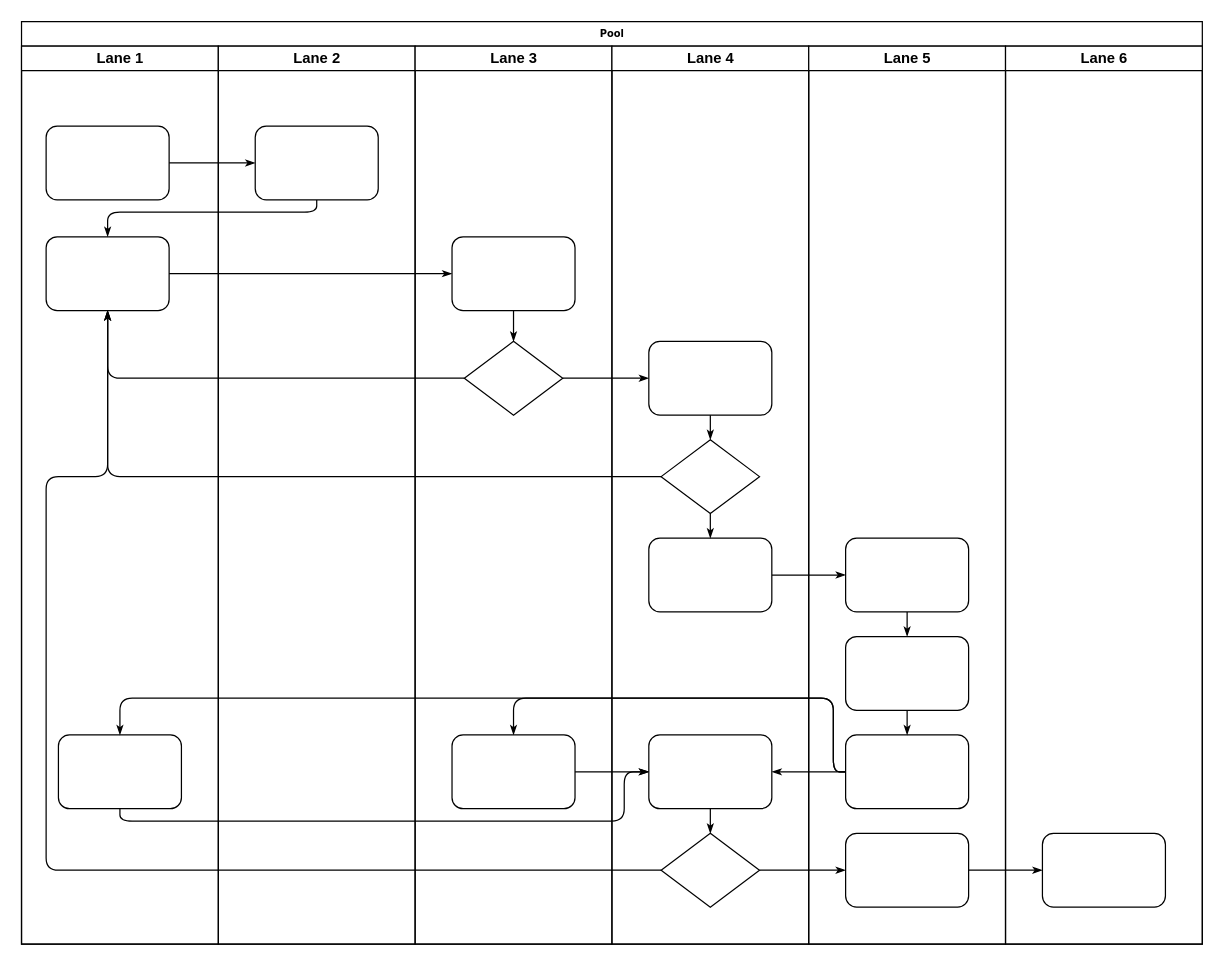
The draw.io diagram 未命名绘图.drawio in padresvater/notebook, before the edit. Source tidied: cells renumbered, new cells numbered last; positions are measured from the earlier drawing's top-left corner, leaving out a move shared by most shapes. Both pictures are drawn from the tidied source at 123%, with x=0, y=0 at pixel (21, 21).
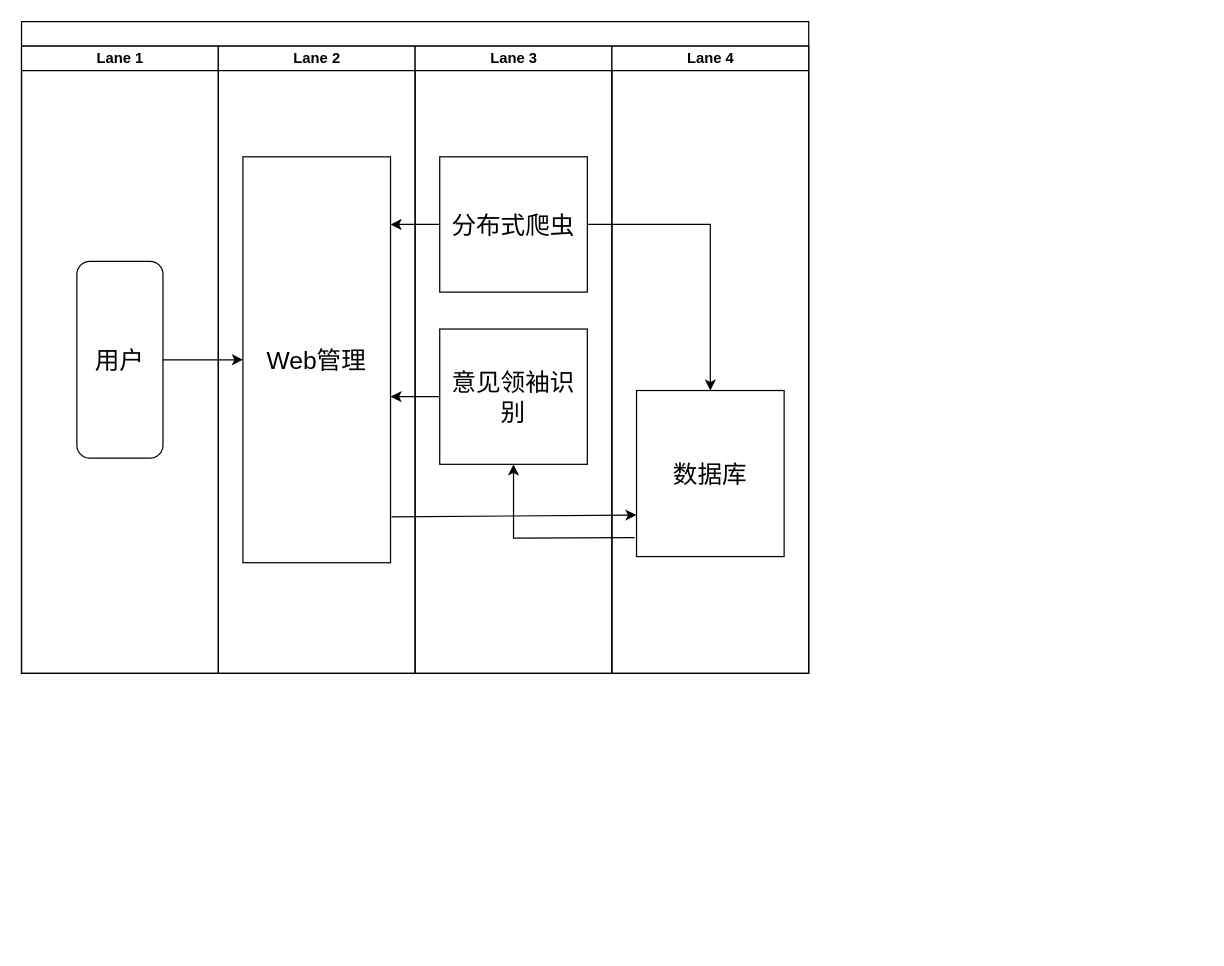
The same page after the edit.

Commit message:
更新未命名绘图.drawio

Change to the diagram source:
```diff
@@
-    <mxCell id="2" value="Pool" style="swimlane;html=1;startSize=20;rounded=0;shadow=0;labelBackgroundColor=none;strokeWidth=1;fontFamily=Verdana;fontSize=8;align=center;" parent="1" vertex="1">
-      <mxGeometry width="960" height="750" as="geometry" />
+    <mxCell id="2" style="swimlane;html=1;startSize=20;rounded=0;shadow=0;labelBackgroundColor=none;strokeWidth=1;fontFamily=Verdana;fontSize=8;align=center;" parent="1" vertex="1">
+      <mxGeometry width="640" height="530" as="geometry" />
     </mxCell>
     <mxCell id="3" value="Lane 1" style="swimlane;html=1;startSize=20;" parent="2" vertex="1">
-      <mxGeometry y="20" width="160" height="730" as="geometry" />
+      <mxGeometry y="20" width="160" height="510" as="geometry" />
     </mxCell>
-    <mxCell id="4" style="rounded=1;whiteSpace=wrap;html=1;shadow=0;labelBackgroundColor=none;strokeWidth=1;fontFamily=Verdana;fontSize=8;align=center;" parent="3" vertex="1">
-      <mxGeometry x="20" y="65" width="100" height="60" as="geometry" />
-    </mxCell>
-    <mxCell id="5" style="rounded=1;whiteSpace=wrap;html=1;shadow=0;labelBackgroundColor=none;strokeWidth=1;fontFamily=Verdana;fontSize=8;align=center;" parent="3" vertex="1">
-      <mxGeometry x="20" y="155" width="100" height="60" as="geometry" />
-    </mxCell>
-    <mxCell id="6" style="rounded=1;whiteSpace=wrap;html=1;shadow=0;labelBackgroundColor=none;strokeWidth=1;fontFamily=Verdana;fontSize=8;align=center;" parent="3" vertex="1">
-      <mxGeometry x="30" y="560" width="100" height="60" as="geometry" />
-    </mxCell>
-    <mxCell id="7" style="edgeStyle=orthogonalEdgeStyle;rounded=1;html=1;labelBackgroundColor=none;startArrow=none;startFill=0;startSize=5;endArrow=classicThin;endFill=1;endSize=5;jettySize=auto;strokeWidth=1;fontFamily=Verdana;fontSize=8;" parent="2" edge="1" source="4" target="23">
-      <mxGeometry relative="1" as="geometry" />
-    </mxCell>
-    <mxCell id="8" style="edgeStyle=orthogonalEdgeStyle;rounded=1;html=1;labelBackgroundColor=none;startArrow=none;startFill=0;startSize=5;endArrow=classicThin;endFill=1;endSize=5;jettySize=auto;strokeWidth=1;fontFamily=Verdana;fontSize=8;" parent="2" edge="1" source="23" target="5">
-      <mxGeometry relative="1" as="geometry">
-        <Array as="points">
-          <mxPoint x="240" y="155" />
-          <mxPoint x="70" y="155" />
-        </Array>
-      </mxGeometry>
-    </mxCell>
-    <mxCell id="9" style="edgeStyle=orthogonalEdgeStyle;rounded=1;html=1;labelBackgroundColor=none;startArrow=none;startFill=0;startSize=5;endArrow=classicThin;endFill=1;endSize=5;jettySize=auto;strokeWidth=1;fontFamily=Verdana;fontSize=8;" parent="2" edge="1" source="5" target="25">
-      <mxGeometry relative="1" as="geometry" />
-    </mxCell>
-    <mxCell id="10" style="edgeStyle=orthogonalEdgeStyle;rounded=1;html=1;labelBackgroundColor=none;startArrow=none;startFill=0;startSize=5;endArrow=classicThin;endFill=1;endSize=5;jettySize=auto;strokeWidth=1;fontFamily=Verdana;fontSize=8;" parent="2" edge="1" source="26" target="5">
-      <mxGeometry relative="1" as="geometry" />
-    </mxCell>
-    <mxCell id="11" style="edgeStyle=orthogonalEdgeStyle;rounded=1;html=1;labelBackgroundColor=none;startArrow=none;startFill=0;startSize=5;endArrow=classicThin;endFill=1;endSize=5;jettySize=auto;strokeWidth=1;fontFamily=Verdana;fontSize=8;" parent="2" edge="1" source="31" target="5">
-      <mxGeometry relative="1" as="geometry" />
-    </mxCell>
-    <mxCell id="12" style="edgeStyle=orthogonalEdgeStyle;rounded=1;html=1;labelBackgroundColor=none;startArrow=none;startFill=0;startSize=5;endArrow=classicThin;endFill=1;endSize=5;jettySize=auto;strokeWidth=1;fontFamily=Verdana;fontSize=8;" parent="2" edge="1" source="34" target="5">
-      <mxGeometry relative="1" as="geometry">
-        <Array as="points">
-          <mxPoint x="20" y="690" />
-          <mxPoint x="20" y="370" />
-          <mxPoint x="70" y="370" />
-        </Array>
-      </mxGeometry>
-    </mxCell>
-    <mxCell id="13" style="edgeStyle=orthogonalEdgeStyle;rounded=1;html=1;labelBackgroundColor=none;startArrow=none;startFill=0;startSize=5;endArrow=classicThin;endFill=1;endSize=5;jettySize=auto;strokeWidth=1;fontFamily=Verdana;fontSize=8;" parent="2" edge="1" source="26" target="30">
-      <mxGeometry relative="1" as="geometry" />
-    </mxCell>
-    <mxCell id="14" style="edgeStyle=orthogonalEdgeStyle;rounded=1;html=1;labelBackgroundColor=none;startArrow=none;startFill=0;startSize=5;endArrow=classicThin;endFill=1;endSize=5;jettySize=auto;strokeWidth=1;fontFamily=Verdana;fontSize=8;" parent="2" edge="1" source="34" target="42">
-      <mxGeometry relative="1" as="geometry" />
-    </mxCell>
-    <mxCell id="15" style="edgeStyle=orthogonalEdgeStyle;rounded=1;html=1;labelBackgroundColor=none;startArrow=none;startFill=0;startSize=5;endArrow=classicThin;endFill=1;endSize=5;jettySize=auto;strokeWidth=1;fontFamily=Verdana;fontSize=8;" parent="2" edge="1" source="42" target="46">
-      <mxGeometry relative="1" as="geometry" />
-    </mxCell>
-    <mxCell id="16" style="edgeStyle=orthogonalEdgeStyle;rounded=1;html=1;labelBackgroundColor=none;startArrow=none;startFill=0;startSize=5;endArrow=classicThin;endFill=1;endSize=5;jettySize=auto;strokeWidth=1;fontFamily=Verdana;fontSize=8;" parent="2" edge="1" source="32" target="39">
-      <mxGeometry relative="1" as="geometry" />
-    </mxCell>
-    <mxCell id="17" style="edgeStyle=orthogonalEdgeStyle;rounded=1;html=1;labelBackgroundColor=none;startArrow=none;startFill=0;startSize=5;endArrow=classicThin;endFill=1;endSize=5;jettySize=auto;strokeWidth=1;fontFamily=Verdana;fontSize=8;" parent="2" edge="1" source="41" target="27">
-      <mxGeometry relative="1" as="geometry">
-        <Array as="points">
-          <mxPoint x="660" y="610" />
-          <mxPoint x="660" y="550" />
-          <mxPoint x="400" y="550" />
-        </Array>
-      </mxGeometry>
-    </mxCell>
-    <mxCell id="18" style="edgeStyle=orthogonalEdgeStyle;rounded=1;html=1;labelBackgroundColor=none;startArrow=none;startFill=0;startSize=5;endArrow=classicThin;endFill=1;endSize=5;jettySize=auto;strokeColor=#000000;strokeWidth=1;fontFamily=Verdana;fontSize=8;fontColor=#000000;" parent="2" edge="1" source="41" target="33">
-      <mxGeometry relative="1" as="geometry" />
-    </mxCell>
-    <mxCell id="19" style="edgeStyle=orthogonalEdgeStyle;rounded=1;html=1;labelBackgroundColor=none;startArrow=none;startFill=0;startSize=5;endArrow=classicThin;endFill=1;endSize=5;jettySize=auto;strokeWidth=1;fontFamily=Verdana;fontSize=8;" parent="2" edge="1" source="41" target="6">
-      <mxGeometry relative="1" as="geometry">
-        <Array as="points">
-          <mxPoint x="660" y="610" />
-          <mxPoint x="660" y="550" />
-          <mxPoint x="80" y="550" />
-        </Array>
-      </mxGeometry>
-    </mxCell>
-    <mxCell id="20" style="edgeStyle=orthogonalEdgeStyle;rounded=1;html=1;labelBackgroundColor=none;startArrow=none;startFill=0;startSize=5;endArrow=classicThin;endFill=1;endSize=5;jettySize=auto;strokeWidth=1;fontFamily=Verdana;fontSize=8;" parent="2" edge="1" source="6" target="33">
-      <mxGeometry relative="1" as="geometry">
-        <Array as="points">
-          <mxPoint x="80" y="650" />
-          <mxPoint x="490" y="650" />
-          <mxPoint x="490" y="610" />
-        </Array>
-      </mxGeometry>
-    </mxCell>
-    <mxCell id="21" style="edgeStyle=orthogonalEdgeStyle;rounded=1;html=1;labelBackgroundColor=none;startArrow=none;startFill=0;startSize=5;endArrow=classicThin;endFill=1;endSize=5;jettySize=auto;strokeWidth=1;fontFamily=Verdana;fontSize=8;" parent="2" edge="1" source="27" target="33">
-      <mxGeometry relative="1" as="geometry" />
-    </mxCell>
+    <mxCell id="47" value="&lt;font style=&quot;font-size: 20px;&quot;&gt;用户&lt;/font&gt;" style="rounded=1;whiteSpace=wrap;html=1;" parent="3" vertex="1">
+      <mxGeometry x="45" y="175" width="70" height="160" as="geometry" />
+    </mxCell>
     <mxCell id="22" value="Lane 2" style="swimlane;html=1;startSize=20;" parent="2" vertex="1">
-      <mxGeometry x="160" y="20" width="160" height="730" as="geometry" />
+      <mxGeometry x="160" y="20" width="160" height="510" as="geometry" />
     </mxCell>
-    <mxCell id="23" style="rounded=1;whiteSpace=wrap;html=1;shadow=0;labelBackgroundColor=none;strokeWidth=1;fontFamily=Verdana;fontSize=8;align=center;" parent="22" vertex="1">
-      <mxGeometry x="30" y="65" width="100" height="60" as="geometry" />
-    </mxCell>
+    <mxCell id="48" value="&lt;font style=&quot;font-size: 20px;&quot;&gt;Web管理&lt;/font&gt;" style="rounded=0;whiteSpace=wrap;html=1;" parent="22" vertex="1">
+      <mxGeometry x="20" y="90" width="120" height="330" as="geometry" />
+    </mxCell>
     <mxCell id="24" value="Lane 3" style="swimlane;html=1;startSize=20;" parent="2" vertex="1">
-      <mxGeometry x="320" y="20" width="160" height="730" as="geometry" />
+      <mxGeometry x="320" y="20" width="160" height="510" as="geometry" />
     </mxCell>
-    <mxCell id="25" style="rounded=1;whiteSpace=wrap;html=1;shadow=0;labelBackgroundColor=none;strokeWidth=1;fontFamily=Verdana;fontSize=8;align=center;" parent="24" vertex="1">
-      <mxGeometry x="30" y="155" width="100" height="60" as="geometry" />
-    </mxCell>
-    <mxCell id="26" style="rhombus;whiteSpace=wrap;html=1;rounded=0;shadow=0;labelBackgroundColor=none;strokeWidth=1;fontFamily=Verdana;fontSize=8;align=center;" parent="24" vertex="1">
-      <mxGeometry x="40" y="240" width="80" height="60" as="geometry" />
-    </mxCell>
-    <mxCell id="27" style="rounded=1;whiteSpace=wrap;html=1;shadow=0;labelBackgroundColor=none;strokeWidth=1;fontFamily=Verdana;fontSize=8;align=center;" parent="24" vertex="1">
-      <mxGeometry x="30" y="560" width="100" height="60" as="geometry" />
-    </mxCell>
-    <mxCell id="28" style="edgeStyle=orthogonalEdgeStyle;rounded=1;html=1;labelBackgroundColor=none;startArrow=none;startFill=0;startSize=5;endArrow=classicThin;endFill=1;endSize=5;jettySize=auto;strokeWidth=1;fontFamily=Verdana;fontSize=8;" parent="24" edge="1" source="25" target="26">
-      <mxGeometry relative="1" as="geometry" />
-    </mxCell>
+    <mxCell id="49" value="&lt;font style=&quot;font-size: 20px;&quot;&gt;分布式爬虫&lt;/font&gt;" style="rounded=0;whiteSpace=wrap;html=1;" parent="24" vertex="1">
+      <mxGeometry x="20" y="90" width="120" height="110" as="geometry" />
+    </mxCell>
+    <mxCell id="50" value="&lt;font style=&quot;font-size: 20px;&quot;&gt;意见领袖识别&lt;/font&gt;" style="rounded=0;whiteSpace=wrap;html=1;" parent="24" vertex="1">
+      <mxGeometry x="20" y="230" width="120" height="110" as="geometry" />
+    </mxCell>
     <mxCell id="29" value="Lane 4" style="swimlane;html=1;startSize=20;" parent="2" vertex="1">
-      <mxGeometry x="480" y="20" width="160" height="730" as="geometry" />
+      <mxGeometry x="480" y="20" width="160" height="510" as="geometry" />
     </mxCell>
-    <mxCell id="30" style="rounded=1;whiteSpace=wrap;html=1;shadow=0;labelBackgroundColor=none;strokeWidth=1;fontFamily=Verdana;fontSize=8;align=center;" parent="29" vertex="1">
-      <mxGeometry x="30" y="240" width="100" height="60" as="geometry" />
-    </mxCell>
-    <mxCell id="31" style="rhombus;whiteSpace=wrap;html=1;rounded=0;shadow=0;labelBackgroundColor=none;strokeWidth=1;fontFamily=Verdana;fontSize=8;align=center;" parent="29" vertex="1">
-      <mxGeometry x="40" y="320" width="80" height="60" as="geometry" />
-    </mxCell>
-    <mxCell id="32" style="rounded=1;whiteSpace=wrap;html=1;shadow=0;labelBackgroundColor=none;strokeWidth=1;fontFamily=Verdana;fontSize=8;align=center;" parent="29" vertex="1">
-      <mxGeometry x="30" y="400" width="100" height="60" as="geometry" />
-    </mxCell>
-    <mxCell id="33" style="rounded=1;whiteSpace=wrap;html=1;shadow=0;labelBackgroundColor=none;strokeWidth=1;fontFamily=Verdana;fontSize=8;align=center;" parent="29" vertex="1">
-      <mxGeometry x="30" y="560" width="100" height="60" as="geometry" />
-    </mxCell>
-    <mxCell id="34" style="rhombus;whiteSpace=wrap;html=1;rounded=0;shadow=0;labelBackgroundColor=none;strokeWidth=1;fontFamily=Verdana;fontSize=8;align=center;" parent="29" vertex="1">
-      <mxGeometry x="40" y="640" width="80" height="60" as="geometry" />
-    </mxCell>
-    <mxCell id="35" style="edgeStyle=orthogonalEdgeStyle;rounded=1;html=1;labelBackgroundColor=none;startArrow=none;startFill=0;startSize=5;endArrow=classicThin;endFill=1;endSize=5;jettySize=auto;strokeColor=#000000;strokeWidth=1;fontFamily=Verdana;fontSize=8;fontColor=#000000;" parent="29" edge="1" source="30" target="31">
-      <mxGeometry relative="1" as="geometry" />
-    </mxCell>
-    <mxCell id="36" style="edgeStyle=orthogonalEdgeStyle;rounded=1;html=1;labelBackgroundColor=none;startArrow=none;startFill=0;startSize=5;endArrow=classicThin;endFill=1;endSize=5;jettySize=auto;strokeWidth=1;fontFamily=Verdana;fontSize=8;" parent="29" edge="1" source="31" target="32">
-      <mxGeometry relative="1" as="geometry" />
-    </mxCell>
-    <mxCell id="37" style="edgeStyle=orthogonalEdgeStyle;rounded=1;html=1;labelBackgroundColor=none;startArrow=none;startFill=0;startSize=5;endArrow=classicThin;endFill=1;endSize=5;jettySize=auto;strokeWidth=1;fontFamily=Verdana;fontSize=8;" parent="29" edge="1" source="33" target="34">
-      <mxGeometry relative="1" as="geometry" />
-    </mxCell>
-    <mxCell id="38" value="Lane 5" style="swimlane;html=1;startSize=20;" parent="2" vertex="1">
-      <mxGeometry x="640" y="20" width="160" height="730" as="geometry" />
-    </mxCell>
-    <mxCell id="39" style="rounded=1;whiteSpace=wrap;html=1;shadow=0;labelBackgroundColor=none;strokeWidth=1;fontFamily=Verdana;fontSize=8;align=center;" parent="38" vertex="1">
-      <mxGeometry x="30" y="400" width="100" height="60" as="geometry" />
-    </mxCell>
-    <mxCell id="40" style="rounded=1;whiteSpace=wrap;html=1;shadow=0;labelBackgroundColor=none;strokeWidth=1;fontFamily=Verdana;fontSize=8;align=center;" parent="38" vertex="1">
-      <mxGeometry x="30" y="480" width="100" height="60" as="geometry" />
-    </mxCell>
-    <mxCell id="41" style="rounded=1;whiteSpace=wrap;html=1;shadow=0;labelBackgroundColor=none;strokeWidth=1;fontFamily=Verdana;fontSize=8;align=center;" parent="38" vertex="1">
-      <mxGeometry x="30" y="560" width="100" height="60" as="geometry" />
-    </mxCell>
-    <mxCell id="42" style="rounded=1;whiteSpace=wrap;html=1;shadow=0;labelBackgroundColor=none;strokeWidth=1;fontFamily=Verdana;fontSize=8;align=center;" parent="38" vertex="1">
-      <mxGeometry x="30" y="640" width="100" height="60" as="geometry" />
-    </mxCell>
-    <mxCell id="43" style="edgeStyle=orthogonalEdgeStyle;rounded=1;html=1;labelBackgroundColor=none;startArrow=none;startFill=0;startSize=5;endArrow=classicThin;endFill=1;endSize=5;jettySize=auto;strokeWidth=1;fontFamily=Verdana;fontSize=8;" parent="38" edge="1" source="39" target="40">
-      <mxGeometry relative="1" as="geometry" />
-    </mxCell>
-    <mxCell id="44" style="edgeStyle=orthogonalEdgeStyle;rounded=1;html=1;labelBackgroundColor=none;startArrow=none;startFill=0;startSize=5;endArrow=classicThin;endFill=1;endSize=5;jettySize=auto;strokeWidth=1;fontFamily=Verdana;fontSize=8;" parent="38" edge="1" source="40" target="41">
-      <mxGeometry relative="1" as="geometry" />
-    </mxCell>
-    <mxCell id="45" value="Lane 6" style="swimlane;html=1;startSize=20;" parent="2" vertex="1">
-      <mxGeometry x="800" y="20" width="160" height="730" as="geometry" />
-    </mxCell>
-    <mxCell id="46" style="rounded=1;whiteSpace=wrap;html=1;shadow=0;labelBackgroundColor=none;strokeWidth=1;fontFamily=Verdana;fontSize=8;align=center;" parent="45" vertex="1">
-      <mxGeometry x="30" y="640" width="100" height="60" as="geometry" />
-    </mxCell>
+    <mxCell id="51" value="&lt;font style=&quot;font-size: 20px;&quot;&gt;数据库&lt;/font&gt;" style="rounded=0;whiteSpace=wrap;html=1;" parent="29" vertex="1">
+      <mxGeometry x="20" y="280" width="120" height="135" as="geometry" />
+    </mxCell>
+    <mxCell id="52" style="endArrow=classic;html=1;rounded=0;entryX=0;entryY=0.5;entryDx=0;entryDy=0;exitX=1;exitY=0.5;exitDx=0;exitDy=0;" parent="2" edge="1" source="47" target="48">
+      <mxGeometry relative="1" as="geometry" />
+    </mxCell>
+    <mxCell id="53" style="endArrow=classic;html=1;rounded=0;exitX=0;exitY=0.5;exitDx=0;exitDy=0;" parent="2" edge="1" source="49">
+      <mxGeometry relative="1" as="geometry">
+        <mxPoint x="300" y="165" as="targetPoint" />
+      </mxGeometry>
+    </mxCell>
+    <mxCell id="54" style="endArrow=classic;html=1;rounded=0;entryX=0.5;entryY=0;entryDx=0;entryDy=0;exitX=1;exitY=0.5;exitDx=0;exitDy=0;" parent="2" edge="1" source="49" target="51">
+      <mxGeometry relative="1" as="geometry">
+        <Array as="points">
+          <mxPoint x="560" y="165" />
+        </Array>
+      </mxGeometry>
+    </mxCell>
+    <mxCell id="55" style="endArrow=classic;html=1;rounded=0;entryX=0;entryY=0.75;entryDx=0;entryDy=0;exitX=1.007;exitY=0.887;exitDx=0;exitDy=0;exitPerimeter=0;" parent="2" edge="1" source="48" target="51">
+      <mxGeometry relative="1" as="geometry" />
+    </mxCell>
+    <mxCell id="56" style="endArrow=classic;html=1;rounded=0;entryX=0.5;entryY=1;entryDx=0;entryDy=0;exitX=-0.013;exitY=0.886;exitDx=0;exitDy=0;exitPerimeter=0;" parent="2" edge="1" source="51" target="50">
+      <mxGeometry relative="1" as="geometry">
+        <Array as="points">
+          <mxPoint x="400" y="420" />
+        </Array>
+      </mxGeometry>
+    </mxCell>
+    <mxCell id="57" style="endArrow=classic;html=1;rounded=0;exitX=0;exitY=0.5;exitDx=0;exitDy=0;" parent="2" edge="1" source="50">
+      <mxGeometry relative="1" as="geometry">
+        <mxPoint x="300" y="305" as="targetPoint" />
+      </mxGeometry>
+    </mxCell>
```
